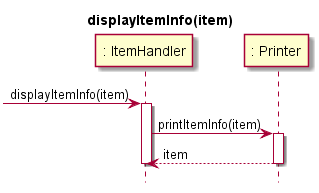
The PlantUML diagram Assignments/img/interaction_diagrams/display_item_info.png in donami/OOD-1415-markus-hederstrom, before a commit. Source of this version:
```plantuml
@startuml
hide footbox
title displayItemInfo(item)

participant ": ItemHandler" as ItemHandler
participant ": Printer" as Printer

[-> ItemHandler: displayItemInfo(item)
activate ItemHandler

ItemHandler -> Printer: printItemInfo(item)
activate Printer
Printer --> ItemHandler: item
deactivate Printer

deactivate ItemHandler

@enduml
```
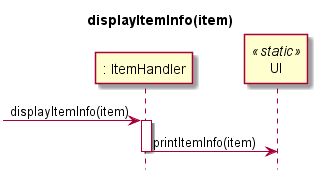
Above is the later version.

What changed in the source:
```diff
@@ -3,15 +3,12 @@
 title displayItemInfo(item)
 
 participant ": ItemHandler" as ItemHandler
-participant ": Printer" as Printer
+participant "UI" as UI <<static>>
 
 [-> ItemHandler: displayItemInfo(item)
 activate ItemHandler
 
-ItemHandler -> Printer: printItemInfo(item)
-activate Printer
-Printer --> ItemHandler: item
-deactivate Printer
+ItemHandler -> UI: printItemInfo(item)
 
 deactivate ItemHandler
 
```
